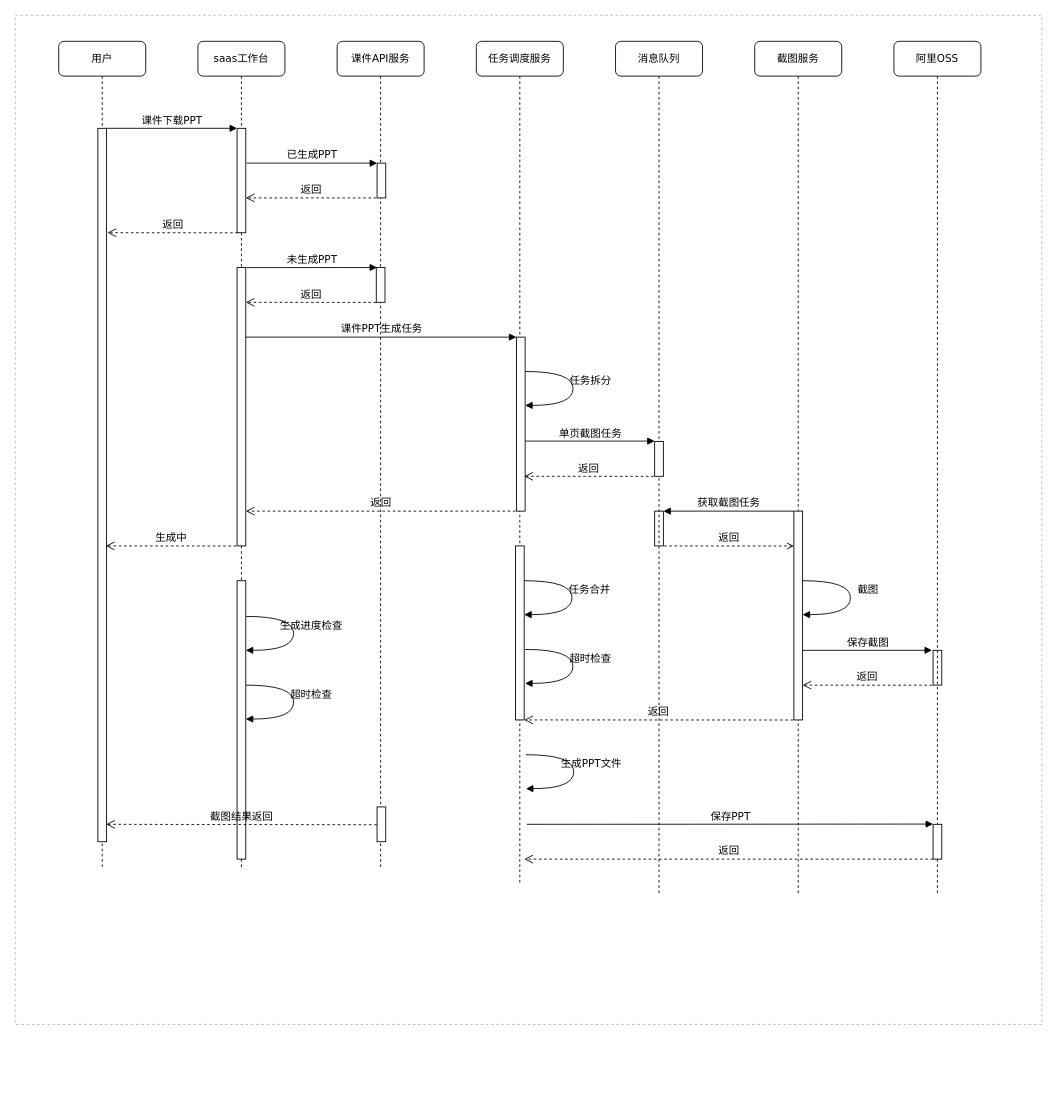
huanjiesm/courseware-draw keeps this draw.io diagram as gppt.drawio. Above is the earlier version. Source tidied: cells renumbered, new cells numbered last; positions are measured from the earlier drawing's top-left corner, leaving out a move shared by most shapes. Both pictures are drawn from the tidied source at 87%, with x=0, y=0 at pixel (15, 15).
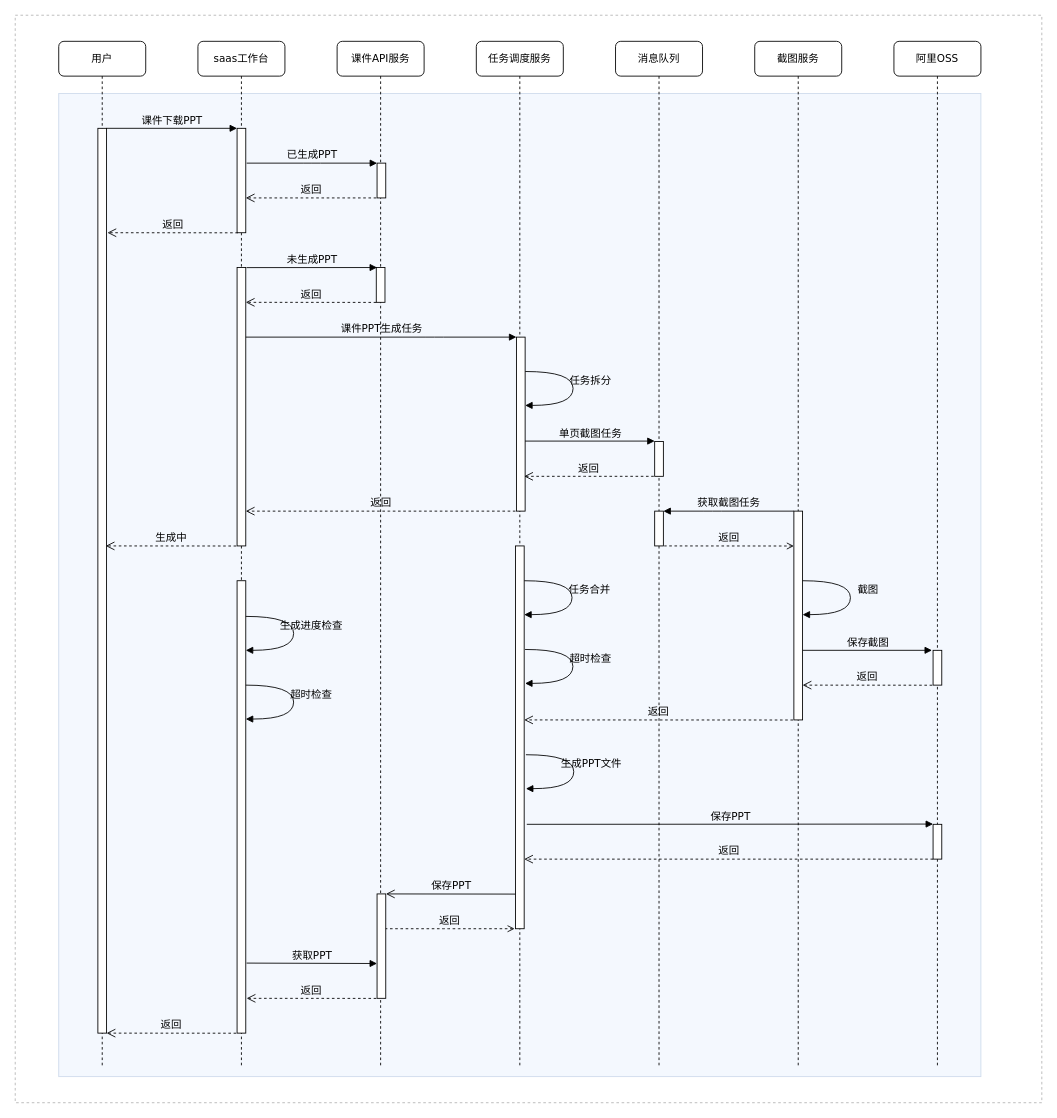
Above is the later version.

What changed in the source:
```diff
@@
     <mxCell id="2" style="rounded=0;whiteSpace=wrap;html=1;dashed=1;opacity=30;" parent="1" vertex="1">
-      <mxGeometry width="1180" height="1160" as="geometry" />
+      <mxGeometry width="1180" height="1250" as="geometry" />
     </mxCell>
+    <mxCell id="50" style="rounded=0;whiteSpace=wrap;html=1;fillColor=#dae8fc;strokeColor=#6c8ebf;opacity=30;" parent="1" vertex="1">
+      <mxGeometry x="50" y="90" width="1060" height="1130" as="geometry" />
+    </mxCell>
+    <mxCell id="14" value="阿里OSS" style="shape=umlLifeline;perimeter=lifelinePerimeter;whiteSpace=wrap;html=1;rounded=1;shadow=0;comic=0;labelBackgroundColor=none;strokeWidth=1;fontFamily=Verdana;fontSize=12;align=center;" parent="1" vertex="1">
+      <mxGeometry x="1010" y="30" width="100" height="1180" as="geometry" />
+    </mxCell>
+    <mxCell id="15" value="保存截图" style="html=1;verticalAlign=bottom;endArrow=block;labelBackgroundColor=none;fontFamily=Verdana;fontSize=12;edgeStyle=elbowEdgeStyle;elbow=vertical;" parent="14" edge="1">
+      <mxGeometry relative="1" as="geometry">
+        <mxPoint x="-105" y="700" as="sourcePoint" />
+        <mxPoint x="43.8" y="700.5" as="targetPoint" />
+        <Array as="points">
+          <mxPoint x="-50" y="700" />
+          <mxPoint x="-40" y="760" />
+          <mxPoint y="770" />
+          <mxPoint x="-20" y="730" />
+          <mxPoint x="-100" y="620" />
+        </Array>
+      </mxGeometry>
+    </mxCell>
+    <mxCell id="34" value="消息队列" style="shape=umlLifeline;perimeter=lifelinePerimeter;whiteSpace=wrap;html=1;rounded=1;shadow=0;comic=0;labelBackgroundColor=none;strokeWidth=1;fontFamily=Verdana;fontSize=12;align=center;" parent="1" vertex="1">
+      <mxGeometry x="690" y="30" width="100" height="1180" as="geometry" />
+    </mxCell>
+    <mxCell id="35" style="html=1;perimeter=orthogonalPerimeter;rounded=0;shadow=0;comic=0;labelBackgroundColor=none;strokeWidth=1;fontFamily=Verdana;fontSize=12;align=center;" parent="34" vertex="1">
+      <mxGeometry x="45" y="460" width="10" height="40" as="geometry" />
+    </mxCell>
+    <mxCell id="36" value="保存PPT" style="html=1;verticalAlign=bottom;endArrow=block;labelBackgroundColor=none;fontFamily=Verdana;fontSize=12;edgeStyle=elbowEdgeStyle;elbow=vertical;" parent="34" edge="1">
+      <mxGeometry relative="1" as="geometry">
+        <mxPoint x="-102" y="900" as="sourcePoint" />
+        <mxPoint x="365" y="900" as="targetPoint" />
+        <Array as="points">
+          <mxPoint x="-48.9" y="899.7" />
+          <mxPoint x="-38.9" y="959.7" />
+          <mxPoint x="1.1" y="969.7" />
+          <mxPoint x="-18.9" y="929.7" />
+          <mxPoint x="-98.9" y="819.7" />
+        </Array>
+      </mxGeometry>
+    </mxCell>
     <mxCell id="3" value="截图服务" style="shape=umlLifeline;perimeter=lifelinePerimeter;whiteSpace=wrap;html=1;rounded=1;shadow=0;comic=0;labelBackgroundColor=none;strokeWidth=1;fontFamily=Verdana;fontSize=12;align=center;" parent="1" vertex="1">
-      <mxGeometry x="850" y="30" width="100" height="980" as="geometry" />
+      <mxGeometry x="850" y="30" width="100" height="1180" as="geometry" />
     </mxCell>
@@
-    <mxCell id="8" style="html=1;perimeter=orthogonalPerimeter;rounded=0;shadow=0;comic=0;labelBackgroundColor=none;strokeWidth=1;fontFamily=Verdana;fontSize=12;align=center;" parent="3" vertex="1">
-      <mxGeometry x="-115" y="540" width="10" height="40" as="geometry" />
-    </mxCell>
@@
+    <mxCell id="13" value="返回" style="html=1;verticalAlign=bottom;endArrow=open;dashed=1;endSize=8;labelBackgroundColor=none;fontFamily=Verdana;fontSize=12;edgeStyle=elbowEdgeStyle;elbow=vertical;entryX=1.146;entryY=0.797;entryDx=0;entryDy=0;entryPerimeter=0;" parent="3" edge="1">
+      <mxGeometry relative="1" as="geometry">
+        <mxPoint x="204" y="740.1" as="sourcePoint" />
+        <mxPoint x="55" y="740.1" as="targetPoint" />
+      </mxGeometry>
+    </mxCell>
+    <mxCell id="8" style="html=1;perimeter=orthogonalPerimeter;rounded=0;shadow=0;comic=0;labelBackgroundColor=none;strokeWidth=1;fontFamily=Verdana;fontSize=12;align=center;" parent="3" vertex="1">
+      <mxGeometry x="-115" y="540" width="10" height="40" as="geometry" />
+    </mxCell>
@@
-    <mxCell id="13" value="返回" style="html=1;verticalAlign=bottom;endArrow=open;dashed=1;endSize=8;labelBackgroundColor=none;fontFamily=Verdana;fontSize=12;edgeStyle=elbowEdgeStyle;elbow=vertical;entryX=1.146;entryY=0.797;entryDx=0;entryDy=0;entryPerimeter=0;" parent="3" edge="1">
-      <mxGeometry relative="1" as="geometry">
-        <mxPoint x="204" y="740.1" as="sourcePoint" />
-        <mxPoint x="55" y="740.1" as="targetPoint" />
-      </mxGeometry>
-    </mxCell>
-    <mxCell id="14" value="阿里OSS" style="shape=umlLifeline;perimeter=lifelinePerimeter;whiteSpace=wrap;html=1;rounded=1;shadow=0;comic=0;labelBackgroundColor=none;strokeWidth=1;fontFamily=Verdana;fontSize=12;align=center;" parent="1" vertex="1">
-      <mxGeometry x="1010" y="30" width="100" height="980" as="geometry" />
-    </mxCell>
-    <mxCell id="15" value="保存截图" style="html=1;verticalAlign=bottom;endArrow=block;labelBackgroundColor=none;fontFamily=Verdana;fontSize=12;edgeStyle=elbowEdgeStyle;elbow=vertical;" parent="14" edge="1">
-      <mxGeometry relative="1" as="geometry">
-        <mxPoint x="-105" y="700" as="sourcePoint" />
-        <mxPoint x="43.8" y="700.5" as="targetPoint" />
-        <Array as="points">
-          <mxPoint x="-50" y="700" />
-          <mxPoint x="-40" y="760" />
-          <mxPoint y="770" />
-          <mxPoint x="-20" y="730" />
-          <mxPoint x="-100" y="620" />
-        </Array>
-      </mxGeometry>
-    </mxCell>
     <mxCell id="16" value="saas工作台" style="shape=umlLifeline;perimeter=lifelinePerimeter;whiteSpace=wrap;html=1;rounded=1;shadow=0;comic=0;labelBackgroundColor=none;strokeWidth=1;fontFamily=Verdana;fontSize=12;align=center;" parent="1" vertex="1">
-      <mxGeometry x="210" y="30" width="100" height="950" as="geometry" />
+      <mxGeometry x="210" y="30" width="100" height="1180" as="geometry" />
     </mxCell>
@@
     <mxCell id="19" style="html=1;perimeter=orthogonalPerimeter;rounded=0;shadow=0;comic=0;labelBackgroundColor=none;strokeWidth=1;fontFamily=Verdana;fontSize=12;align=center;" parent="16" vertex="1">
-      <mxGeometry x="45" y="620" width="10" height="320" as="geometry" />
+      <mxGeometry x="45" y="620" width="10" height="520" as="geometry" />
     </mxCell>
     <mxCell id="20" value="课件API服务" style="shape=umlLifeline;perimeter=lifelinePerimeter;whiteSpace=wrap;html=1;rounded=1;shadow=0;comic=0;labelBackgroundColor=none;strokeWidth=1;fontFamily=Verdana;fontSize=12;align=center;" parent="1" vertex="1">
-      <mxGeometry x="370" y="30" width="100" height="950" as="geometry" />
+      <mxGeometry x="370" y="30" width="100" height="1180" as="geometry" />
     </mxCell>
@@
-    <mxCell id="22" style="html=1;perimeter=orthogonalPerimeter;rounded=0;shadow=0;comic=0;labelBackgroundColor=none;strokeWidth=1;fontFamily=Verdana;fontSize=12;align=center;" parent="20" vertex="1">
-      <mxGeometry x="45.9" y="880" width="10" height="40" as="geometry" />
-    </mxCell>
@@
+    <mxCell id="51" value="返回" style="html=1;verticalAlign=bottom;endArrow=none;dashed=1;endSize=8;labelBackgroundColor=none;fontFamily=Verdana;fontSize=12;edgeStyle=elbowEdgeStyle;elbow=vertical;entryX=1.146;entryY=0.797;entryDx=0;entryDy=0;entryPerimeter=0;startArrow=open;startFill=0;endFill=0;" parent="20" edge="1">
+      <mxGeometry relative="1" as="geometry">
+        <mxPoint x="204" y="1020" as="sourcePoint" />
+        <mxPoint x="55" y="1020" as="targetPoint" />
+      </mxGeometry>
+    </mxCell>
+    <mxCell id="52" value="返回" style="html=1;verticalAlign=bottom;endArrow=open;dashed=1;endSize=8;labelBackgroundColor=none;fontFamily=Verdana;fontSize=12;edgeStyle=elbowEdgeStyle;elbow=vertical;entryX=1.146;entryY=0.797;entryDx=0;entryDy=0;entryPerimeter=0;startArrow=none;startFill=0;endFill=0;" parent="20" edge="1">
+      <mxGeometry relative="1" as="geometry">
+        <mxPoint x="45" y="1100.1" as="sourcePoint" />
+        <mxPoint x="-104" y="1100.1" as="targetPoint" />
+      </mxGeometry>
+    </mxCell>
     <mxCell id="26" value="任务调度服务" style="shape=umlLifeline;perimeter=lifelinePerimeter;whiteSpace=wrap;html=1;rounded=1;shadow=0;comic=0;labelBackgroundColor=none;strokeWidth=1;fontFamily=Verdana;fontSize=12;align=center;" parent="1" vertex="1">
-      <mxGeometry x="530" y="30" width="100" height="970" as="geometry" />
+      <mxGeometry x="530" y="30" width="100" height="1180" as="geometry" />
     </mxCell>
@@
+    <mxCell id="53" value="保存PPT" style="html=1;verticalAlign=bottom;endArrow=open;endSize=8;labelBackgroundColor=none;fontFamily=Verdana;fontSize=12;edgeStyle=elbowEdgeStyle;elbow=vertical;" parent="26" edge="1">
+      <mxGeometry relative="1" as="geometry">
+        <mxPoint x="46.1" y="980.2" as="sourcePoint" />
+        <mxPoint x="-103.9" y="980.2" as="targetPoint" />
+      </mxGeometry>
+    </mxCell>
     <mxCell id="32" value="用户" style="shape=umlLifeline;perimeter=lifelinePerimeter;whiteSpace=wrap;html=1;rounded=1;shadow=0;comic=0;labelBackgroundColor=none;strokeWidth=1;fontFamily=Verdana;fontSize=12;align=center;" parent="1" vertex="1">
-      <mxGeometry x="50" y="30" width="100" height="950" as="geometry" />
+      <mxGeometry x="50" y="30" width="100" height="1180" as="geometry" />
     </mxCell>
     <mxCell id="33" style="html=1;points=[];perimeter=orthogonalPerimeter;rounded=0;shadow=0;comic=0;labelBackgroundColor=none;strokeWidth=1;fontFamily=Verdana;fontSize=12;align=center;" parent="32" vertex="1">
-      <mxGeometry x="45" y="100" width="10" height="820" as="geometry" />
+      <mxGeometry x="45" y="100" width="10" height="1040" as="geometry" />
     </mxCell>
-    <mxCell id="34" value="消息队列" style="shape=umlLifeline;perimeter=lifelinePerimeter;whiteSpace=wrap;html=1;rounded=1;shadow=0;comic=0;labelBackgroundColor=none;strokeWidth=1;fontFamily=Verdana;fontSize=12;align=center;" parent="1" vertex="1">
-      <mxGeometry x="690" y="30" width="100" height="980" as="geometry" />
-    </mxCell>
-    <mxCell id="35" style="html=1;perimeter=orthogonalPerimeter;rounded=0;shadow=0;comic=0;labelBackgroundColor=none;strokeWidth=1;fontFamily=Verdana;fontSize=12;align=center;" parent="34" vertex="1">
-      <mxGeometry x="45" y="460" width="10" height="40" as="geometry" />
-    </mxCell>
-    <mxCell id="36" value="保存PPT" style="html=1;verticalAlign=bottom;endArrow=block;labelBackgroundColor=none;fontFamily=Verdana;fontSize=12;edgeStyle=elbowEdgeStyle;elbow=vertical;" parent="34" edge="1">
-      <mxGeometry relative="1" as="geometry">
-        <mxPoint x="-102" y="900" as="sourcePoint" />
-        <mxPoint x="365" y="900" as="targetPoint" />
-        <Array as="points">
-          <mxPoint x="-48.9" y="899.7" />
-          <mxPoint x="-38.9" y="959.7" />
-          <mxPoint x="1.1" y="969.7" />
-          <mxPoint x="-18.9" y="929.7" />
-          <mxPoint x="-98.9" y="819.7" />
-        </Array>
-      </mxGeometry>
-    </mxCell>
@@
-    <mxCell id="38" value="截图结果返回" style="html=1;verticalAlign=bottom;endArrow=open;dashed=1;endSize=8;labelBackgroundColor=none;fontFamily=Verdana;fontSize=12;edgeStyle=elbowEdgeStyle;elbow=vertical;entryX=0.974;entryY=0.851;entryDx=0;entryDy=0;entryPerimeter=0;" parent="1" edge="1">
-      <mxGeometry relative="1" as="geometry">
-        <mxPoint x="415.6" y="930.5" as="sourcePoint" />
-        <mxPoint x="104.4" y="930" as="targetPoint" />
-      </mxGeometry>
-    </mxCell>
@@
     <mxCell id="49" style="html=1;perimeter=orthogonalPerimeter;rounded=0;shadow=0;comic=0;labelBackgroundColor=none;strokeWidth=1;fontFamily=Verdana;fontSize=12;align=center;" parent="1" vertex="1">
-      <mxGeometry x="575" y="610" width="10" height="200" as="geometry" />
+      <mxGeometry x="575" y="610" width="10" height="440" as="geometry" />
     </mxCell>
+    <mxCell id="22" style="html=1;perimeter=orthogonalPerimeter;rounded=0;shadow=0;comic=0;labelBackgroundColor=none;strokeWidth=1;fontFamily=Verdana;fontSize=12;align=center;" parent="1" vertex="1">
+      <mxGeometry x="415.9" y="1010" width="10" height="120" as="geometry" />
+    </mxCell>
+    <mxCell id="54" value="获取PPT" style="html=1;verticalAlign=bottom;endArrow=block;entryX=0;entryY=0;labelBackgroundColor=none;fontFamily=Verdana;fontSize=12;edgeStyle=elbowEdgeStyle;elbow=vertical;" parent="1" edge="1">
+      <mxGeometry relative="1" as="geometry">
+        <mxPoint x="265.9" y="1089.5" as="sourcePoint" />
+        <mxPoint x="415.9" y="1089.5" as="targetPoint" />
+      </mxGeometry>
+    </mxCell>
+    <mxCell id="55" value="返回" style="html=1;verticalAlign=bottom;endArrow=open;dashed=1;endSize=8;labelBackgroundColor=none;fontFamily=Verdana;fontSize=12;edgeStyle=elbowEdgeStyle;elbow=vertical;entryX=1.146;entryY=0.797;entryDx=0;entryDy=0;entryPerimeter=0;startArrow=none;startFill=0;endFill=0;" parent="1" edge="1">
+      <mxGeometry relative="1" as="geometry">
+        <mxPoint x="254" y="1170.1" as="sourcePoint" />
+        <mxPoint x="105" y="1170.1" as="targetPoint" />
+      </mxGeometry>
+    </mxCell>
```
